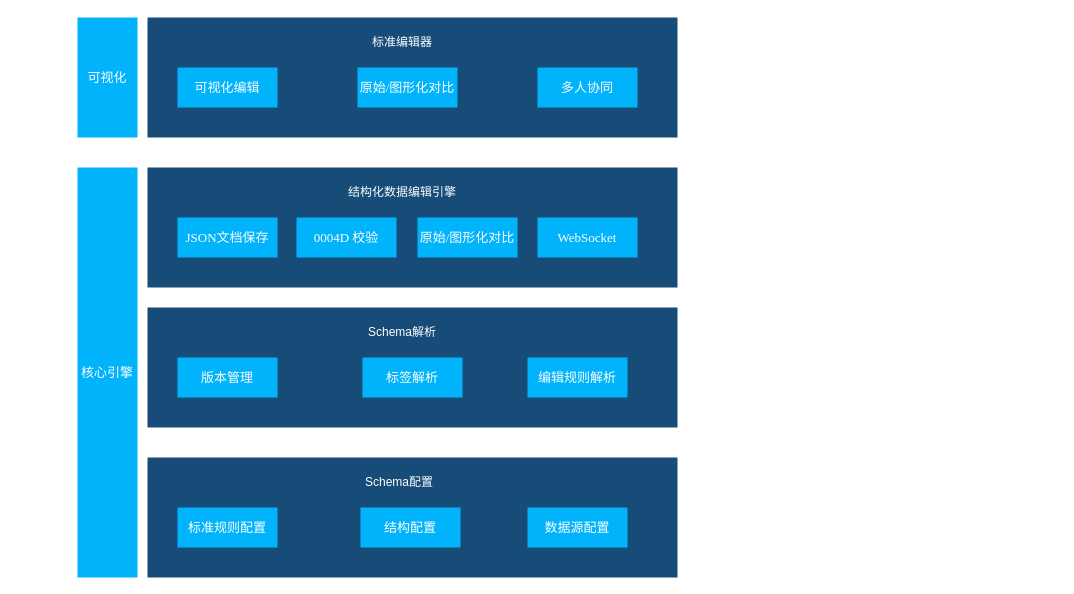
DemonHan/KuickBuy keeps this draw.io diagram as 标准化/编辑器技术架构图.drawio. Above is the earlier version. Source tidied: cells renumbered, new cells numbered last; positions are measured from the earlier drawing's top-left corner, leaving out a move shared by most shapes. Both pictures are drawn from the tidied source at 100%, with x=0, y=0 at pixel (77, 17).
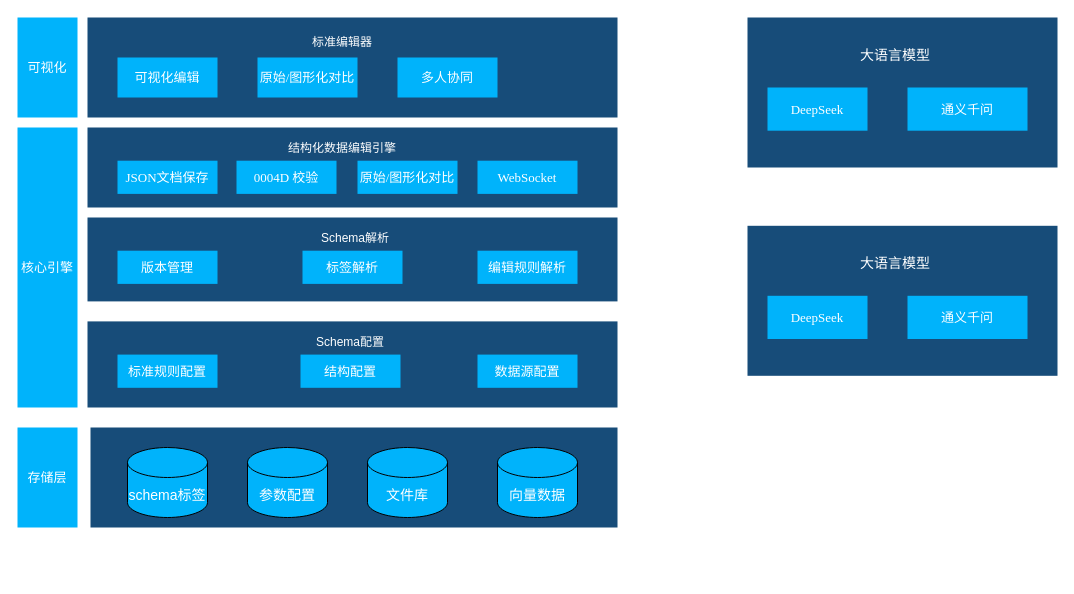
The same diagram, later.

Commit message:
更新编辑器技术架构图.drawio

The edit, as a diff of the source:
```diff
@@
     <mxCell id="2" style="rounded=0;whiteSpace=wrap;html=1;fillColor=light-dark(#174c79, #6894c8);strokeColor=none;fontFamily=Times New Roman;" parent="1" vertex="1">
-      <mxGeometry x="70" width="530" height="120" as="geometry" />
+      <mxGeometry x="10" width="530" height="100" as="geometry" />
     </mxCell>
     <mxCell id="3" value="&lt;font color=&quot;#ffffff&quot;&gt;&lt;span style=&quot;font-size: 13px;&quot;&gt;可视化&lt;/span&gt;&lt;/font&gt;" style="rounded=0;whiteSpace=wrap;html=1;fillColor=light-dark(#00b3fb, #1e4a76);strokeColor=none;fontFamily=Times New Roman;" parent="1" vertex="1">
-      <mxGeometry width="60" height="120" as="geometry" />
+      <mxGeometry x="-60" width="60" height="100" as="geometry" />
     </mxCell>
     <mxCell id="4" value="&lt;font color=&quot;#ffffff&quot;&gt;&lt;span style=&quot;font-size: 13px;&quot;&gt;可视化编辑&lt;/span&gt;&lt;/font&gt;" style="rounded=0;whiteSpace=wrap;html=1;fillColor=light-dark(#00b3fb, #1e4a76);strokeColor=none;fontFamily=Times New Roman;" parent="1" vertex="1">
-      <mxGeometry x="100" y="50" width="100" height="40" as="geometry" />
+      <mxGeometry x="40" y="40" width="100" height="40" as="geometry" />
     </mxCell>
     <mxCell id="5" value="标准编辑器" style="text;html=1;align=center;verticalAlign=middle;whiteSpace=wrap;rounded=0;fontColor=light-dark(#ffffff, #ededed);" parent="1" vertex="1">
-      <mxGeometry x="280" y="10" width="90" height="30" as="geometry" />
+      <mxGeometry x="220" y="10" width="90" height="30" as="geometry" />
     </mxCell>
     <mxCell id="6" value="&lt;font color=&quot;#ffffff&quot;&gt;&lt;span style=&quot;font-size: 13px;&quot;&gt;原始/图形化对比&lt;/span&gt;&lt;/font&gt;" style="rounded=0;whiteSpace=wrap;html=1;fillColor=light-dark(#00b3fb, #1e4a76);strokeColor=none;fontFamily=Times New Roman;" parent="1" vertex="1">
-      <mxGeometry x="280" y="50" width="100" height="40" as="geometry" />
+      <mxGeometry x="180" y="40" width="100" height="40" as="geometry" />
     </mxCell>
     <mxCell id="7" value="&lt;font color=&quot;#ffffff&quot;&gt;&lt;span style=&quot;font-size: 13px;&quot;&gt;多人协同&lt;/span&gt;&lt;/font&gt;" style="rounded=0;whiteSpace=wrap;html=1;fillColor=light-dark(#00b3fb, #1e4a76);strokeColor=none;fontFamily=Times New Roman;" parent="1" vertex="1">
-      <mxGeometry x="460" y="50" width="100" height="40" as="geometry" />
+      <mxGeometry x="320" y="40" width="100" height="40" as="geometry" />
     </mxCell>
     <mxCell id="8" value="&lt;font color=&quot;#ffffff&quot;&gt;&lt;span style=&quot;font-size: 13px;&quot;&gt;核心引擎&lt;/span&gt;&lt;/font&gt;" style="rounded=0;whiteSpace=wrap;html=1;fillColor=light-dark(#00b3fb, #1e4a76);strokeColor=none;fontFamily=Times New Roman;" parent="1" vertex="1">
-      <mxGeometry y="150" width="60" height="410" as="geometry" />
+      <mxGeometry x="-60" y="110" width="60" height="280" as="geometry" />
     </mxCell>
     <mxCell id="9" style="rounded=0;whiteSpace=wrap;html=1;fillColor=light-dark(#174c79, #6894c8);strokeColor=none;fontFamily=Times New Roman;" parent="1" vertex="1">
-      <mxGeometry x="70" y="150" width="530" height="120" as="geometry" />
+      <mxGeometry x="10" y="110" width="530" height="80" as="geometry" />
     </mxCell>
     <mxCell id="10" value="结构化数据编辑引擎" style="text;html=1;align=center;verticalAlign=middle;whiteSpace=wrap;rounded=0;fontColor=light-dark(#ffffff, #ededed);" parent="1" vertex="1">
-      <mxGeometry x="267" y="160" width="116" height="30" as="geometry" />
+      <mxGeometry x="207" y="118.3" width="116" height="24.9" as="geometry" />
     </mxCell>
     <mxCell id="11" value="&lt;font color=&quot;#ffffff&quot;&gt;&lt;span style=&quot;font-size: 13px;&quot;&gt;JSON文档保存&lt;/span&gt;&lt;/font&gt;" style="rounded=0;whiteSpace=wrap;html=1;fillColor=light-dark(#00b3fb, #1e4a76);strokeColor=none;fontFamily=Times New Roman;" parent="1" vertex="1">
-      <mxGeometry x="100" y="200" width="100" height="40" as="geometry" />
+      <mxGeometry x="40" y="143.2" width="100" height="33.2" as="geometry" />
     </mxCell>
     <mxCell id="12" value="&lt;font color=&quot;#ffffff&quot;&gt;&lt;span style=&quot;font-size: 13px;&quot;&gt;0004D 校验&lt;/span&gt;&lt;/font&gt;" style="rounded=0;whiteSpace=wrap;html=1;fillColor=light-dark(#00b3fb, #1e4a76);strokeColor=none;fontFamily=Times New Roman;" parent="1" vertex="1">
-      <mxGeometry x="219" y="200" width="100" height="40" as="geometry" />
+      <mxGeometry x="159" y="143.2" width="100" height="33.2" as="geometry" />
     </mxCell>
     <mxCell id="13" value="&lt;font color=&quot;#ffffff&quot;&gt;&lt;span style=&quot;font-size: 13px;&quot;&gt;原始/图形化对比&lt;/span&gt;&lt;/font&gt;" style="rounded=0;whiteSpace=wrap;html=1;fillColor=light-dark(#00b3fb, #1e4a76);strokeColor=none;fontFamily=Times New Roman;" parent="1" vertex="1">
-      <mxGeometry x="340" y="200" width="100" height="40" as="geometry" />
+      <mxGeometry x="280" y="143.2" width="100" height="33.2" as="geometry" />
     </mxCell>
     <mxCell id="14" value="&lt;font color=&quot;#ffffff&quot;&gt;&lt;span style=&quot;font-size: 13px;&quot;&gt;WebSocket&lt;/span&gt;&lt;/font&gt;" style="rounded=0;whiteSpace=wrap;html=1;fillColor=light-dark(#00b3fb, #1e4a76);strokeColor=none;fontFamily=Times New Roman;" parent="1" vertex="1">
-      <mxGeometry x="460" y="200" width="100" height="40" as="geometry" />
+      <mxGeometry x="400" y="143.2" width="100" height="33.2" as="geometry" />
     </mxCell>
     <mxCell id="15" style="rounded=0;whiteSpace=wrap;html=1;fillColor=light-dark(#174c79, #6894c8);strokeColor=none;fontFamily=Times New Roman;" parent="1" vertex="1">
-      <mxGeometry x="70" y="290" width="530" height="120" as="geometry" />
+      <mxGeometry x="10" y="200" width="530" height="83.9" as="geometry" />
     </mxCell>
     <mxCell id="16" value="Schema解析" style="text;html=1;align=center;verticalAlign=middle;whiteSpace=wrap;rounded=0;fontColor=light-dark(#ffffff, #ededed);" parent="1" vertex="1">
-      <mxGeometry x="267" y="300" width="116" height="30" as="geometry" />
+      <mxGeometry x="220" y="208.3" width="116" height="24.9" as="geometry" />
     </mxCell>
     <mxCell id="17" value="&lt;font color=&quot;#ffffff&quot;&gt;&lt;span style=&quot;font-size: 13px;&quot;&gt;版本管理&lt;/span&gt;&lt;/font&gt;" style="rounded=0;whiteSpace=wrap;html=1;fillColor=light-dark(#00b3fb, #1e4a76);strokeColor=none;fontFamily=Times New Roman;" parent="1" vertex="1">
-      <mxGeometry x="100" y="340" width="100" height="40" as="geometry" />
+      <mxGeometry x="40" y="233.2" width="100" height="33.2" as="geometry" />
     </mxCell>
     <mxCell id="18" value="&lt;font color=&quot;#ffffff&quot;&gt;&lt;span style=&quot;font-size: 13px;&quot;&gt;标签解析&lt;/span&gt;&lt;/font&gt;" style="rounded=0;whiteSpace=wrap;html=1;fillColor=light-dark(#00b3fb, #1e4a76);strokeColor=none;fontFamily=Times New Roman;" parent="1" vertex="1">
-      <mxGeometry x="285" y="340" width="100" height="40" as="geometry" />
+      <mxGeometry x="225" y="233.2" width="100" height="33.2" as="geometry" />
     </mxCell>
     <mxCell id="19" value="&lt;font color=&quot;#ffffff&quot;&gt;&lt;span style=&quot;font-size: 13px;&quot;&gt;编辑规则解析&lt;/span&gt;&lt;/font&gt;" style="rounded=0;whiteSpace=wrap;html=1;fillColor=light-dark(#00b3fb, #1e4a76);strokeColor=none;fontFamily=Times New Roman;" parent="1" vertex="1">
-      <mxGeometry x="450" y="340" width="100" height="40" as="geometry" />
+      <mxGeometry x="400" y="233.2" width="100" height="33.2" as="geometry" />
     </mxCell>
     <mxCell id="20" style="rounded=0;whiteSpace=wrap;html=1;fillColor=light-dark(#174c79, #6894c8);strokeColor=none;fontFamily=Times New Roman;" parent="1" vertex="1">
-      <mxGeometry x="70" y="440" width="530" height="120" as="geometry" />
+      <mxGeometry x="10" y="303.9" width="530" height="86.1" as="geometry" />
     </mxCell>
     <mxCell id="21" value="Schema配置" style="text;html=1;align=center;verticalAlign=middle;whiteSpace=wrap;rounded=0;fontColor=light-dark(#ffffff, #ededed);" parent="1" vertex="1">
-      <mxGeometry x="264" y="450" width="116" height="30" as="geometry" />
+      <mxGeometry x="215" y="312.2" width="116" height="24.9" as="geometry" />
     </mxCell>
     <mxCell id="22" value="&lt;font color=&quot;#ffffff&quot;&gt;&lt;span style=&quot;font-size: 13px;&quot;&gt;标准规则配置&lt;/span&gt;&lt;/font&gt;" style="rounded=0;whiteSpace=wrap;html=1;fillColor=light-dark(#00b3fb, #1e4a76);strokeColor=none;fontFamily=Times New Roman;" parent="1" vertex="1">
-      <mxGeometry x="100" y="490" width="100" height="40" as="geometry" />
+      <mxGeometry x="40" y="337.1" width="100" height="33.2" as="geometry" />
     </mxCell>
     <mxCell id="23" value="&lt;font color=&quot;#ffffff&quot;&gt;&lt;span style=&quot;font-size: 13px;&quot;&gt;结构配置&lt;/span&gt;&lt;/font&gt;" style="rounded=0;whiteSpace=wrap;html=1;fillColor=light-dark(#00b3fb, #1e4a76);strokeColor=none;fontFamily=Times New Roman;" parent="1" vertex="1">
-      <mxGeometry x="283" y="490" width="100" height="40" as="geometry" />
+      <mxGeometry x="223" y="337.1" width="100" height="33.2" as="geometry" />
     </mxCell>
     <mxCell id="24" value="&lt;font color=&quot;#ffffff&quot;&gt;&lt;span style=&quot;font-size: 13px;&quot;&gt;数据源配置&lt;/span&gt;&lt;/font&gt;" style="rounded=0;whiteSpace=wrap;html=1;fillColor=light-dark(#00b3fb, #1e4a76);strokeColor=none;fontFamily=Times New Roman;" parent="1" vertex="1">
-      <mxGeometry x="450" y="490" width="100" height="40" as="geometry" />
+      <mxGeometry x="400" y="337.1" width="100" height="33.2" as="geometry" />
     </mxCell>
+    <mxCell id="25" value="&lt;font color=&quot;#ffffff&quot;&gt;&lt;span style=&quot;font-size: 13px;&quot;&gt;存储层&lt;/span&gt;&lt;/font&gt;" style="rounded=0;whiteSpace=wrap;html=1;fillColor=light-dark(#00b3fb, #1e4a76);strokeColor=none;fontFamily=Times New Roman;" parent="1" vertex="1">
+      <mxGeometry x="-60" y="410" width="60" height="100" as="geometry" />
+    </mxCell>
+    <mxCell id="26" style="rounded=0;whiteSpace=wrap;html=1;fillColor=light-dark(#174c79, #6894c8);strokeColor=none;fontFamily=Times New Roman;" parent="1" vertex="1">
+      <mxGeometry x="13" y="410" width="527" height="100" as="geometry" />
+    </mxCell>
+    <mxCell id="27" value="schema标签" style="shape=cylinder3;whiteSpace=wrap;html=1;boundedLbl=1;backgroundOutline=1;size=15;fillColor=light-dark(#00b3fb, #ededed);fontColor=light-dark(#ffffff, #ededed);fontSize=14;" parent="1" vertex="1">
+      <mxGeometry x="50" y="430" width="80" height="70" as="geometry" />
+    </mxCell>
+    <mxCell id="28" value="参数配置" style="shape=cylinder3;whiteSpace=wrap;html=1;boundedLbl=1;backgroundOutline=1;size=15;fillColor=light-dark(#00b3fb, #ededed);fontColor=light-dark(#ffffff, #ededed);fontSize=14;" parent="1" vertex="1">
+      <mxGeometry x="170" y="430" width="80" height="70" as="geometry" />
+    </mxCell>
+    <mxCell id="29" value="文件库" style="shape=cylinder3;whiteSpace=wrap;html=1;boundedLbl=1;backgroundOutline=1;size=15;fillColor=light-dark(#00b3fb, #ededed);fontColor=light-dark(#ffffff, #ededed);fontSize=14;" parent="1" vertex="1">
+      <mxGeometry x="290" y="430" width="80" height="70" as="geometry" />
+    </mxCell>
+    <mxCell id="30" style="rounded=0;whiteSpace=wrap;html=1;fillColor=light-dark(#174c79, #6894c8);strokeColor=none;fontFamily=Times New Roman;" parent="1" vertex="1">
+      <mxGeometry x="670" y="208.3" width="310" height="150" as="geometry" />
+    </mxCell>
+    <mxCell id="31" value="向量数据" style="shape=cylinder3;whiteSpace=wrap;html=1;boundedLbl=1;backgroundOutline=1;size=15;fillColor=light-dark(#00b3fb, #ededed);fontColor=light-dark(#ffffff, #ededed);fontSize=14;" parent="1" vertex="1">
+      <mxGeometry x="420" y="430" width="80" height="70" as="geometry" />
+    </mxCell>
+    <mxCell id="32" value="&lt;font color=&quot;#ffffff&quot;&gt;&lt;span style=&quot;font-size: 13px;&quot;&gt;DeepSeek&lt;/span&gt;&lt;/font&gt;" style="rounded=0;whiteSpace=wrap;html=1;fillColor=light-dark(#00b3fb, #1e4a76);strokeColor=none;fontFamily=Times New Roman;" parent="1" vertex="1">
+      <mxGeometry x="690" y="278.3" width="100" height="43.2" as="geometry" />
+    </mxCell>
+    <mxCell id="33" value="大语言模型" style="text;html=1;align=center;verticalAlign=middle;whiteSpace=wrap;rounded=0;fontColor=light-dark(#ffffff, #ededed);fontSize=14;" parent="1" vertex="1">
+      <mxGeometry x="760" y="233.4" width="116" height="24.9" as="geometry" />
+    </mxCell>
+    <mxCell id="34" value="&lt;font color=&quot;#ffffff&quot;&gt;&lt;span style=&quot;font-size: 13px;&quot;&gt;通义千问&lt;/span&gt;&lt;/font&gt;" style="rounded=0;whiteSpace=wrap;html=1;fillColor=light-dark(#00b3fb, #1e4a76);strokeColor=none;fontFamily=Times New Roman;" parent="1" vertex="1">
+      <mxGeometry x="830" y="278.3" width="120" height="43.2" as="geometry" />
+    </mxCell>
+    <mxCell id="35" style="rounded=0;whiteSpace=wrap;html=1;fillColor=light-dark(#174c79, #6894c8);strokeColor=none;fontFamily=Times New Roman;" parent="1" vertex="1">
+      <mxGeometry x="670" width="310" height="150" as="geometry" />
+    </mxCell>
+    <mxCell id="36" value="&lt;font color=&quot;#ffffff&quot;&gt;&lt;span style=&quot;font-size: 13px;&quot;&gt;DeepSeek&lt;/span&gt;&lt;/font&gt;" style="rounded=0;whiteSpace=wrap;html=1;fillColor=light-dark(#00b3fb, #1e4a76);strokeColor=none;fontFamily=Times New Roman;" parent="1" vertex="1">
+      <mxGeometry x="690" y="70" width="100" height="43.2" as="geometry" />
+    </mxCell>
+    <mxCell id="37" value="大语言模型" style="text;html=1;align=center;verticalAlign=middle;whiteSpace=wrap;rounded=0;fontColor=light-dark(#ffffff, #ededed);fontSize=14;" parent="1" vertex="1">
+      <mxGeometry x="760" y="25.1" width="116" height="24.9" as="geometry" />
+    </mxCell>
+    <mxCell id="38" value="&lt;font color=&quot;#ffffff&quot;&gt;&lt;span style=&quot;font-size: 13px;&quot;&gt;通义千问&lt;/span&gt;&lt;/font&gt;" style="rounded=0;whiteSpace=wrap;html=1;fillColor=light-dark(#00b3fb, #1e4a76);strokeColor=none;fontFamily=Times New Roman;" parent="1" vertex="1">
+      <mxGeometry x="830" y="70" width="120" height="43.2" as="geometry" />
+    </mxCell>
```
